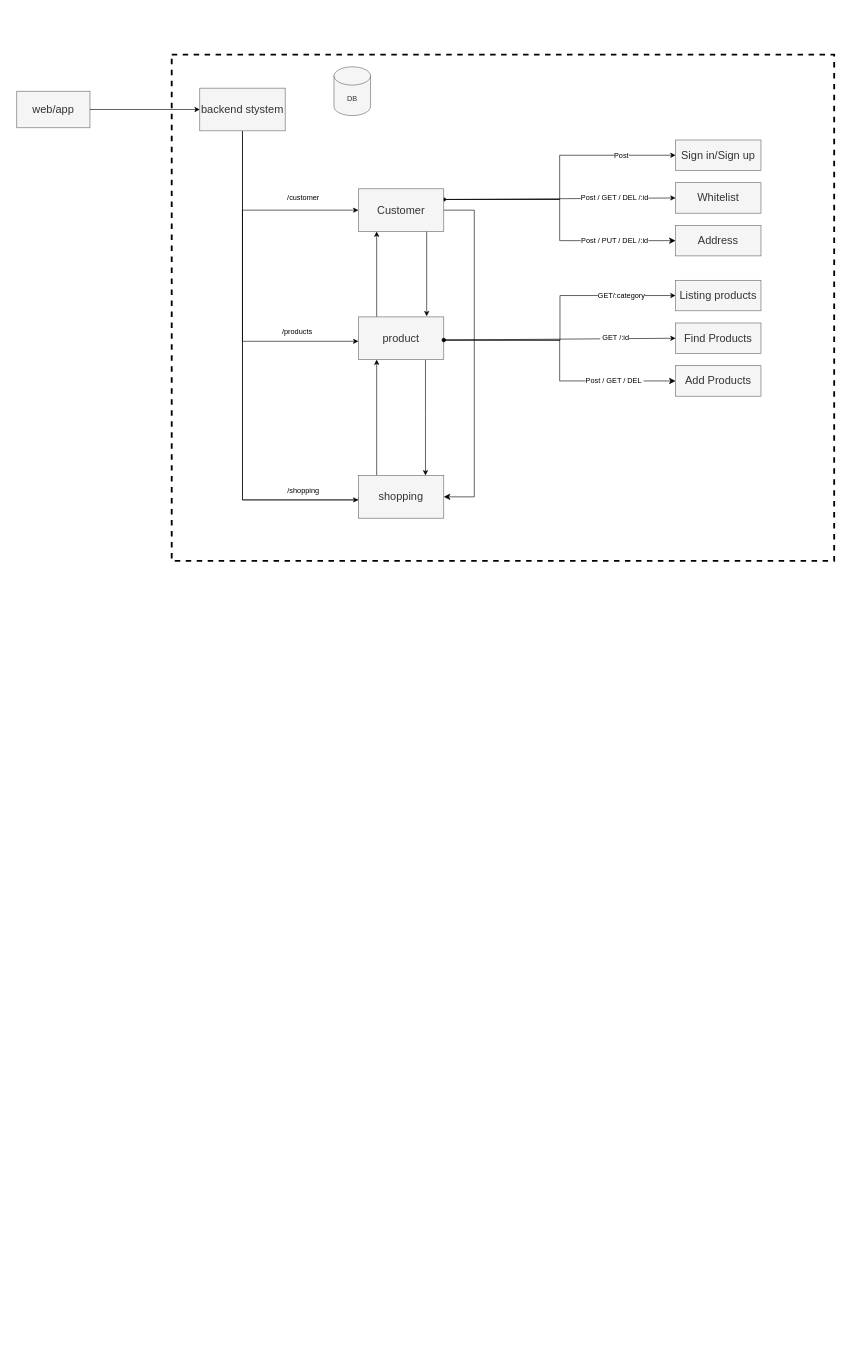
The draw.io diagram 未命名绘图.drawio in Danny101201/node_mecroservices, before the edit. Source tidied: cells renumbered, new cells numbered last; positions are measured from the earlier drawing's top-left corner, leaving out a move shared by most shapes. Both pictures are drawn from the tidied source at 61%, with x=0, y=0 at pixel (16, 54).
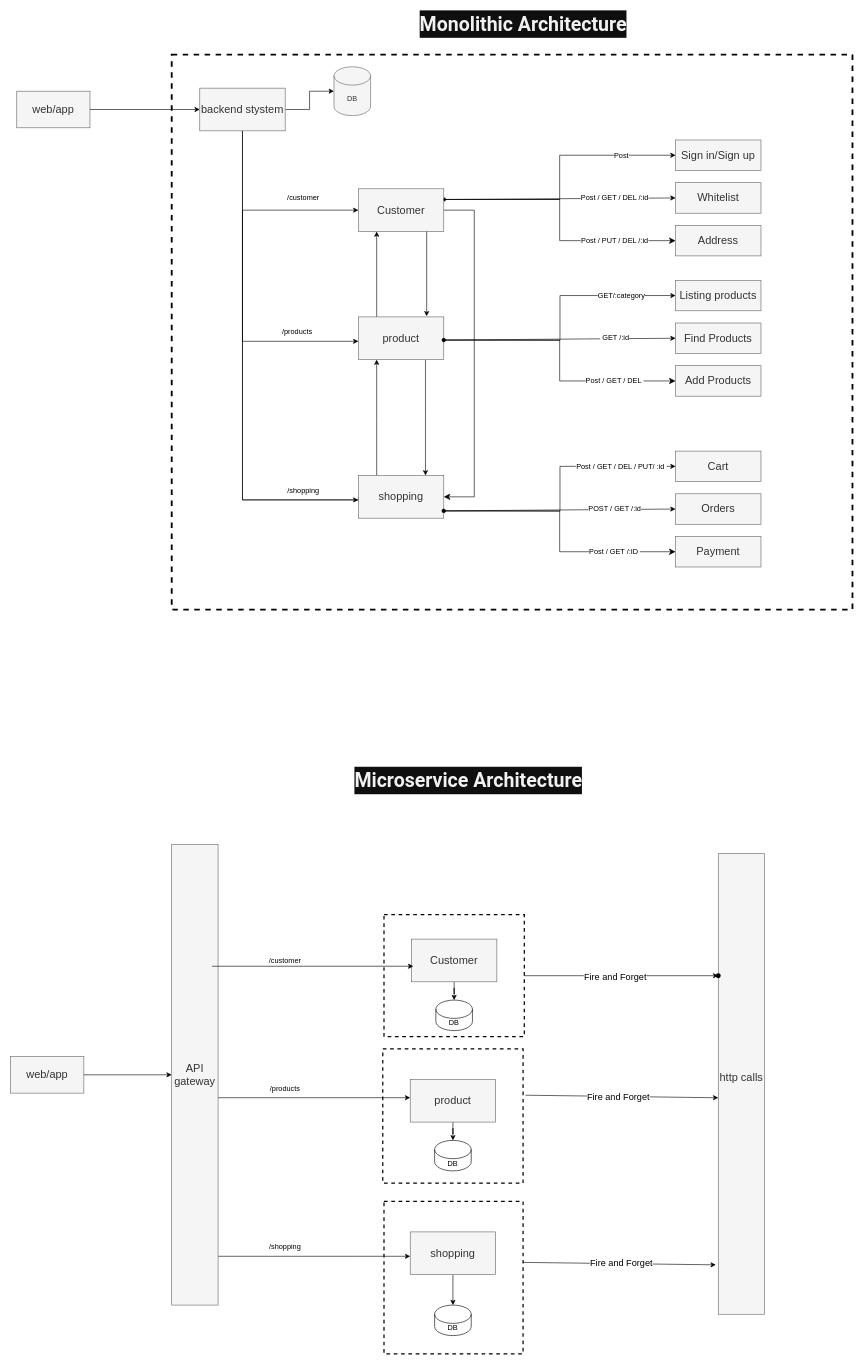
The same diagram, later.

Commit message:
更新未命名绘图.drawio

Unchanged cells that the change refers to:
```xml
<mxCell id="7" value="&lt;span style=&quot;font-size: 18px;&quot;&gt;backend stystem&lt;/span&gt;" style="rounded=0;whiteSpace=wrap;html=1;fillColor=#f5f5f5;strokeColor=#666666;fontColor=#333333;" parent="1" vertex="1">
  <mxGeometry x="300" y="55" width="140" height="70" as="geometry" />
</mxCell>
<mxCell id="9" value="DB" style="shape=cylinder3;whiteSpace=wrap;html=1;boundedLbl=1;backgroundOutline=1;size=15;fillColor=#f5f5f5;fontColor=#333333;strokeColor=#666666;" parent="1" vertex="1">
  <mxGeometry x="520" y="20" width="60" height="80" as="geometry" />
</mxCell>
```

Change to the diagram source:
```diff
@@
     <mxCell id="3" style="rounded=0;whiteSpace=wrap;html=1;dashed=1;strokeWidth=3;" parent="1" vertex="1">
-      <mxGeometry x="254" width="1086" height="830" as="geometry" />
+      <mxGeometry x="254" width="1116" height="910" as="geometry" />
     </mxCell>
@@
+    <mxCell id="39" style="edgeStyle=orthogonalEdgeStyle;rounded=0;jettySize=auto;html=1;" parent="1" edge="1" source="7" target="9">
+      <mxGeometry relative="1" as="geometry" />
+    </mxCell>
@@
+    <mxCell id="40" style="edgeStyle=orthogonalEdgeStyle;rounded=0;jettySize=auto;html=1;exitX=1;exitY=0.25;exitDx=0;exitDy=0;startArrow=oval;startFill=1;entryX=0;entryY=0.5;entryDx=0;entryDy=0;" parent="1" edge="1" target="42">
+      <mxGeometry relative="1" as="geometry">
+        <mxPoint x="700" y="748" as="sourcePoint" />
+      </mxGeometry>
+    </mxCell>
+    <mxCell id="41" value="Post / GET / DEL / PUT/ :id&amp;nbsp;" style="edgeLabel;html=1;align=center;verticalAlign=middle;fontSize=12;" parent="40" vertex="1">
+      <mxGeometry x="0.31" y="-1" relative="1" as="geometry">
+        <mxPoint x="67" y="-1" as="offset" />
+      </mxGeometry>
+    </mxCell>
+    <mxCell id="42" value="&lt;span style=&quot;font-size: 18px;&quot;&gt;Cart&lt;/span&gt;" style="rounded=0;whiteSpace=wrap;html=1;fillColor=#f5f5f5;strokeColor=#666666;fontColor=#333333;" parent="1" vertex="1">
+      <mxGeometry x="1080" y="650" width="140" height="50" as="geometry" />
+    </mxCell>
+    <mxCell id="43" value="&lt;span style=&quot;font-size: 18px;&quot;&gt;Orders&lt;/span&gt;" style="rounded=0;whiteSpace=wrap;html=1;fillColor=#f5f5f5;strokeColor=#666666;fontColor=#333333;" parent="1" vertex="1">
+      <mxGeometry x="1080" y="720" width="140" height="50" as="geometry" />
+    </mxCell>
+    <mxCell id="44" value="&lt;span style=&quot;font-size: 18px;&quot;&gt;Payment&lt;/span&gt;" style="rounded=0;whiteSpace=wrap;html=1;fillColor=#f5f5f5;strokeColor=#666666;fontColor=#333333;" parent="1" vertex="1">
+      <mxGeometry x="1080" y="790" width="140" height="50" as="geometry" />
+    </mxCell>
+    <mxCell id="45" style="edgeStyle=segmentEdgeStyle;endArrow=classic;html=1;curved=0;rounded=0;endSize=8;startSize=8;entryX=0;entryY=0.5;entryDx=0;entryDy=0;exitX=1;exitY=0.25;exitDx=0;exitDy=0;" parent="1" edge="1" target="44">
+      <mxGeometry relative="1" as="geometry">
+        <mxPoint x="700" y="748" as="sourcePoint" />
+        <Array as="points">
+          <mxPoint x="890" y="748" />
+          <mxPoint x="890" y="815" />
+        </Array>
+      </mxGeometry>
+    </mxCell>
+    <mxCell id="46" style="endArrow=classic;html=1;rounded=0;entryX=0;entryY=0.5;entryDx=0;entryDy=0;exitX=1;exitY=0.25;exitDx=0;exitDy=0;" parent="1" edge="1" target="43">
+      <mxGeometry relative="1" as="geometry">
+        <mxPoint x="700" y="748" as="sourcePoint" />
+      </mxGeometry>
+    </mxCell>
+    <mxCell id="47" value="POST / GET /:id" style="edgeLabel;html=1;align=center;verticalAlign=middle;fontSize=12;" parent="1" vertex="1">
+      <mxGeometry x="950" y="740" as="geometry">
+        <mxPoint x="29" y="4" as="offset" />
+      </mxGeometry>
+    </mxCell>
+    <mxCell id="48" value="Post / GET /:ID&amp;nbsp;" style="edgeLabel;html=1;align=center;verticalAlign=middle;fontSize=12;" parent="1" vertex="1">
+      <mxGeometry x="950" y="810" as="geometry">
+        <mxPoint x="29" y="4" as="offset" />
+      </mxGeometry>
+    </mxCell>
+    <mxCell id="49" value="&lt;h1 style=&quot;margin: 0px; padding: 0px; border: 0px; background: rgb(15, 15, 15); word-break: break-word; font-family: &amp;quot;YouTube Sans&amp;quot;, Roboto, sans-serif; font-size: 2rem; line-height: 2.8rem; overflow: hidden; max-height: 5.6rem; -webkit-line-clamp: 2; display: -webkit-box; -webkit-box-orient: vertical; text-overflow: ellipsis; color: rgb(241, 241, 241); text-align: start;&quot; class=&quot;style-scope ytd-watch-metadata&quot;&gt;Monolithic&amp;nbsp;Architecture&lt;/h1&gt;" style="text;strokeColor=none;fillColor=none;html=1;fontSize=24;fontStyle=1;verticalAlign=middle;align=center;" parent="1" vertex="1">
+      <mxGeometry x="630" y="-70" width="400" height="40" as="geometry" />
+    </mxCell>
+    <mxCell id="50" value="&lt;font style=&quot;font-size: 18px;&quot;&gt;web/app&lt;/font&gt;" style="rounded=0;whiteSpace=wrap;html=1;fillColor=#f5f5f5;strokeColor=#666666;fontColor=#333333;" parent="1" vertex="1">
+      <mxGeometry x="-10" y="1642.5" width="120" height="60" as="geometry" />
+    </mxCell>
+    <mxCell id="51" style="edgeStyle=orthogonalEdgeStyle;rounded=0;jettySize=auto;html=1;" parent="1" edge="1" source="53" target="58">
+      <mxGeometry relative="1" as="geometry">
+        <Array as="points">
+          <mxPoint x="480" y="1710" />
+          <mxPoint x="480" y="1710" />
+        </Array>
+      </mxGeometry>
+    </mxCell>
+    <mxCell id="52" style="edgeStyle=orthogonalEdgeStyle;rounded=0;jettySize=auto;html=1;" parent="1" edge="1" source="53" target="60">
+      <mxGeometry relative="1" as="geometry">
+        <Array as="points">
+          <mxPoint x="550" y="1970" />
+          <mxPoint x="550" y="1970" />
+        </Array>
+      </mxGeometry>
+    </mxCell>
+    <mxCell id="53" value="&lt;span style=&quot;font-size: 18px;&quot;&gt;API gateway&lt;/span&gt;" style="rounded=0;whiteSpace=wrap;html=1;fillColor=#f5f5f5;strokeColor=#666666;fontColor=#333333;" parent="1" vertex="1">
+      <mxGeometry x="254" y="1295" width="76" height="755" as="geometry" />
+    </mxCell>
+    <mxCell id="54" style="endArrow=classic;html=1;rounded=0;exitX=1;exitY=0.5;exitDx=0;exitDy=0;" parent="1" edge="1" source="50" target="53">
+      <mxGeometry relative="1" as="geometry" />
+    </mxCell>
+    <mxCell id="55" style="edgeStyle=orthogonalEdgeStyle;rounded=0;jettySize=auto;html=1;" parent="1" edge="1" source="56" target="67">
+      <mxGeometry relative="1" as="geometry" />
+    </mxCell>
+    <mxCell id="56" value="&lt;span style=&quot;font-size: 18px;&quot;&gt;Customer&lt;/span&gt;" style="rounded=0;whiteSpace=wrap;html=1;fillColor=#f5f5f5;strokeColor=#666666;fontColor=#333333;" parent="1" vertex="1">
+      <mxGeometry x="647" y="1450" width="140" height="70" as="geometry" />
+    </mxCell>
+    <mxCell id="57" style="edgeStyle=orthogonalEdgeStyle;rounded=0;jettySize=auto;html=1;" parent="1" edge="1" source="58" target="68">
+      <mxGeometry relative="1" as="geometry" />
+    </mxCell>
+    <mxCell id="58" value="&lt;span style=&quot;font-size: 18px;&quot;&gt;product&lt;br&gt;&lt;/span&gt;" style="rounded=0;whiteSpace=wrap;html=1;fillColor=#f5f5f5;strokeColor=#666666;fontColor=#333333;" parent="1" vertex="1">
+      <mxGeometry x="645" y="1680" width="140" height="70" as="geometry" />
+    </mxCell>
+    <mxCell id="59" style="edgeStyle=orthogonalEdgeStyle;rounded=0;jettySize=auto;html=1;" parent="1" edge="1" source="60" target="70">
+      <mxGeometry relative="1" as="geometry" />
+    </mxCell>
+    <mxCell id="60" value="&lt;span style=&quot;font-size: 18px;&quot;&gt;shopping&lt;br&gt;&lt;/span&gt;" style="rounded=0;whiteSpace=wrap;html=1;fillColor=#f5f5f5;strokeColor=#666666;fontColor=#333333;" parent="1" vertex="1">
+      <mxGeometry x="645" y="1930" width="140" height="70" as="geometry" />
+    </mxCell>
+    <mxCell id="61" value="/customer" style="text;html=1;strokeColor=none;fillColor=none;align=center;verticalAlign=middle;whiteSpace=wrap;rounded=0;" parent="1" vertex="1">
+      <mxGeometry x="410" y="1470" width="60" height="30" as="geometry" />
+    </mxCell>
+    <mxCell id="62" value="/products" style="text;html=1;strokeColor=none;fillColor=none;align=center;verticalAlign=middle;whiteSpace=wrap;rounded=0;" parent="1" vertex="1">
+      <mxGeometry x="410" y="1680" width="60" height="30" as="geometry" />
+    </mxCell>
+    <mxCell id="63" value="/shopping" style="text;html=1;strokeColor=none;fillColor=none;align=center;verticalAlign=middle;whiteSpace=wrap;rounded=0;" parent="1" vertex="1">
+      <mxGeometry x="410" y="1940" width="60" height="30" as="geometry" />
+    </mxCell>
+    <mxCell id="64" value="&lt;h1 style=&quot;border: 0px; margin: 0px; padding: 0px; background: rgb(15, 15, 15); word-break: break-word; font-family: &amp;quot;YouTube Sans&amp;quot;, Roboto, sans-serif; font-size: 2rem; line-height: 2.8rem; overflow: hidden; max-height: 5.6rem; -webkit-line-clamp: 2; display: -webkit-box; -webkit-box-orient: vertical; text-overflow: ellipsis; color: rgb(241, 241, 241); text-align: start;&quot; class=&quot;style-scope ytd-watch-metadata&quot;&gt;Microservice&amp;nbsp;Architecture&lt;/h1&gt;" style="text;strokeColor=none;fillColor=none;html=1;fontSize=24;fontStyle=1;verticalAlign=middle;align=center;" parent="1" vertex="1">
+      <mxGeometry x="540" y="1170" width="400" height="40" as="geometry" />
+    </mxCell>
+    <mxCell id="65" style="edgeStyle=orthogonalEdgeStyle;rounded=0;orthogonalLoop=1;jettySize=auto;html=1;" parent="1" edge="1">
+      <mxGeometry relative="1" as="geometry">
+        <mxPoint x="320" y="1494.5" as="sourcePoint" />
+        <mxPoint x="650" y="1494.5" as="targetPoint" />
+        <Array as="points">
+          <mxPoint x="470" y="1494.5" />
+          <mxPoint x="470" y="1494.5" />
+        </Array>
+      </mxGeometry>
+    </mxCell>
+    <mxCell id="66" style="rounded=0;whiteSpace=wrap;html=1;dashed=1;strokeWidth=2;fillColor=none;" parent="1" vertex="1">
+      <mxGeometry x="602" y="1410" width="230" height="200" as="geometry" />
+    </mxCell>
+    <mxCell id="67" value="DB" style="shape=cylinder3;whiteSpace=wrap;html=1;boundedLbl=1;backgroundOutline=1;size=15;" parent="1" vertex="1">
+      <mxGeometry x="687" y="1550" width="60" height="50" as="geometry" />
+    </mxCell>
+    <mxCell id="68" value="DB" style="shape=cylinder3;whiteSpace=wrap;html=1;boundedLbl=1;backgroundOutline=1;size=15;" parent="1" vertex="1">
+      <mxGeometry x="685" y="1780" width="60" height="50" as="geometry" />
+    </mxCell>
+    <mxCell id="69" style="rounded=0;whiteSpace=wrap;html=1;dashed=1;strokeWidth=2;fillColor=none;" parent="1" vertex="1">
+      <mxGeometry x="600" y="1630" width="230" height="220" as="geometry" />
+    </mxCell>
+    <mxCell id="70" value="DB" style="shape=cylinder3;whiteSpace=wrap;html=1;boundedLbl=1;backgroundOutline=1;size=15;" parent="1" vertex="1">
+      <mxGeometry x="685" y="2050" width="60" height="50" as="geometry" />
+    </mxCell>
+    <mxCell id="71" style="rounded=0;whiteSpace=wrap;html=1;dashed=1;strokeWidth=2;fillColor=none;" parent="1" vertex="1">
+      <mxGeometry x="602" y="1880" width="228" height="250" as="geometry" />
+    </mxCell>
+    <mxCell id="72" value="&lt;span style=&quot;font-size: 18px;&quot;&gt;http calls&lt;br&gt;&lt;br&gt;&lt;/span&gt;" style="rounded=0;whiteSpace=wrap;html=1;fillColor=#f5f5f5;strokeColor=#666666;fontColor=#333333;" parent="1" vertex="1">
+      <mxGeometry x="1150" y="1310" width="76" height="755" as="geometry" />
+    </mxCell>
+    <mxCell id="73" style="shape=waypoint;sketch=0;size=6;points=[];fillColor=none;perimeter=centerPerimeter;snapToPoint=1;rounded=0;dashed=1;strokeWidth=2;" parent="1" vertex="1">
+      <mxGeometry x="1140" y="1500" width="20" height="20" as="geometry" />
+    </mxCell>
+    <mxCell id="74" style="endArrow=classic;html=1;rounded=0;entryX=0.25;entryY=-0.2;entryDx=0;entryDy=0;entryPerimeter=0;" parent="1" edge="1" source="66" target="73">
+      <mxGeometry relative="1" as="geometry" />
+    </mxCell>
+    <mxCell id="75" style="endArrow=classic;html=1;rounded=0;exitX=1.017;exitY=0.345;exitDx=0;exitDy=0;exitPerimeter=0;entryX=0;entryY=0.53;entryDx=0;entryDy=0;entryPerimeter=0;" parent="1" edge="1" source="69" target="72">
+      <mxGeometry relative="1" as="geometry" />
+    </mxCell>
+    <mxCell id="76" value="&lt;font style=&quot;font-size: 15px;&quot;&gt;Fire and Forget&lt;/font&gt;" style="edgeLabel;html=1;align=center;verticalAlign=middle;" parent="75" vertex="1">
+      <mxGeometry x="-0.04" relative="1" as="geometry" />
+    </mxCell>
+    <mxCell id="77" style="endArrow=classic;html=1;rounded=0;exitX=1.017;exitY=0.345;exitDx=0;exitDy=0;exitPerimeter=0;entryX=0;entryY=0.53;entryDx=0;entryDy=0;entryPerimeter=0;" parent="1" edge="1">
+      <mxGeometry relative="1" as="geometry">
+        <mxPoint x="830" y="1980" as="sourcePoint" />
+        <mxPoint x="1146" y="1984" as="targetPoint" />
+      </mxGeometry>
+    </mxCell>
+    <mxCell id="78" value="&lt;font style=&quot;font-size: 15px;&quot;&gt;Fire and Forget&lt;/font&gt;" style="edgeLabel;html=1;align=center;verticalAlign=middle;" parent="1" vertex="1">
+      <mxGeometry x="980" y="1510" as="geometry" />
+    </mxCell>
+    <mxCell id="79" value="&lt;font style=&quot;font-size: 15px;&quot;&gt;Fire and Forget&lt;/font&gt;" style="edgeLabel;html=1;align=center;verticalAlign=middle;" parent="1" vertex="1">
+      <mxGeometry x="990" y="1980" as="geometry" />
+    </mxCell>
```
